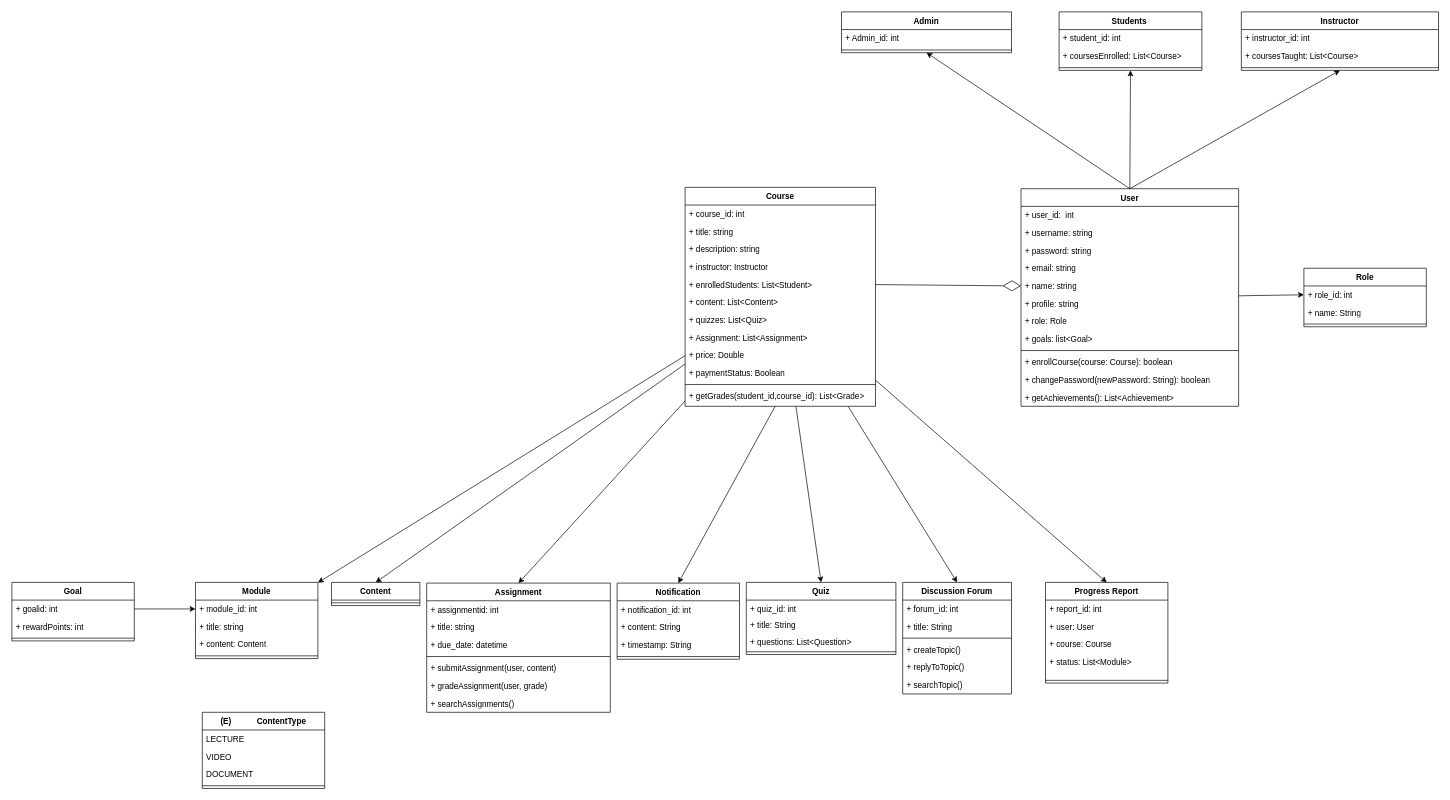
Before: Docs/Class.drawio in daksh64/Professional-Development-workshop, a draw.io diagram. Source tidied: cells renumbered, new cells numbered last; positions are measured from the earlier drawing's top-left corner, leaving out a move shared by most shapes. Both pictures are drawn from the tidied source at 68%, with x=0, y=0 at pixel (12, 12).
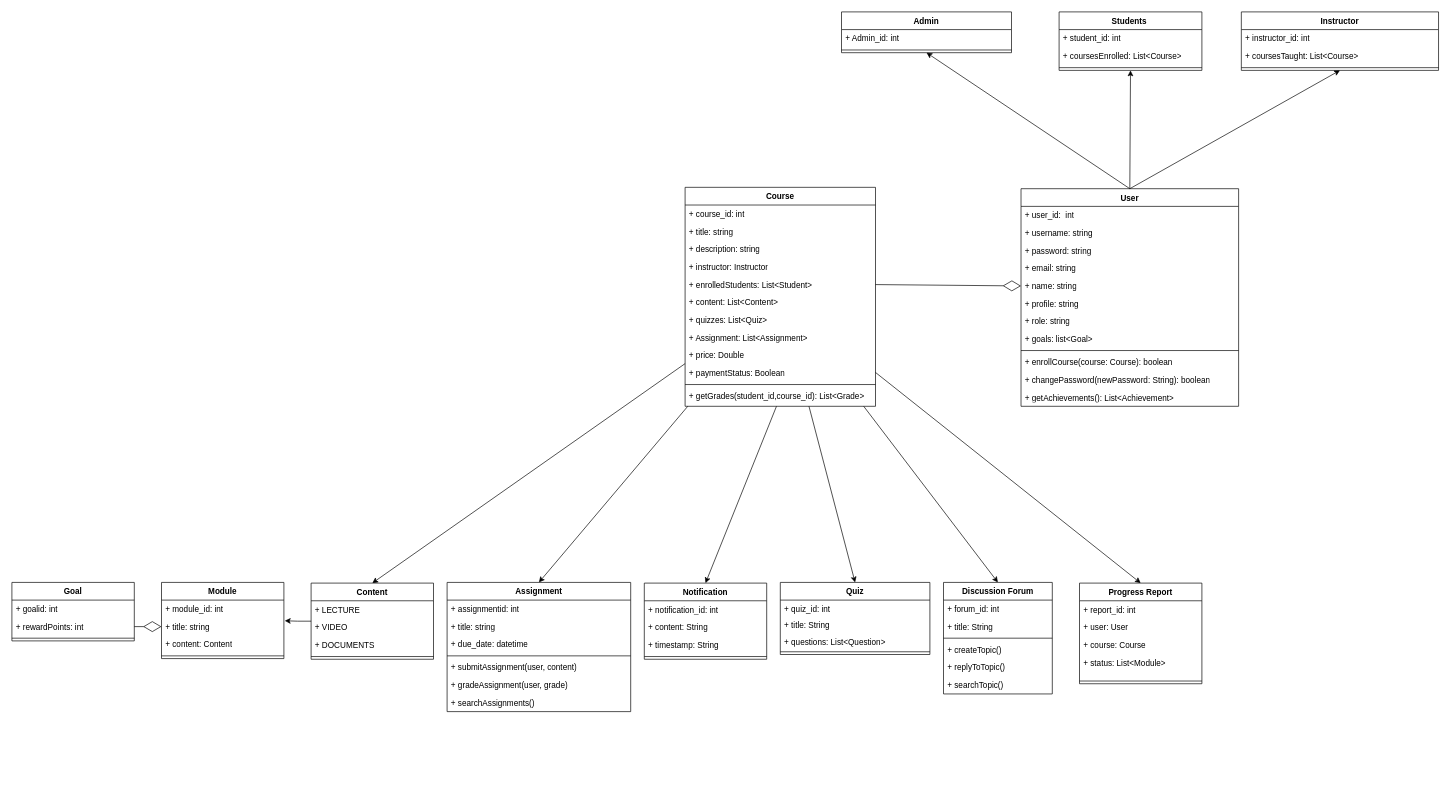
After the change.

Commit message:
UPDATED CLASS DIAG

The change refers to these unchanged cells:
```xml
<mxCell id="40" value="+ module_id: int" style="text;strokeColor=none;fillColor=none;align=left;verticalAlign=top;spacingLeft=4;spacingRight=4;overflow=hidden;points=[[0,0.5],[1,0.5]];portConstraint=eastwest;whiteSpace=wrap;html=1;" parent="39" vertex="1">
  <mxGeometry y="26" width="180" height="26" as="geometry" />
</mxCell>
<mxCell id="41" value="+ title: string" style="text;strokeColor=none;fillColor=none;align=left;verticalAlign=top;spacingLeft=4;spacingRight=4;overflow=hidden;points=[[0,0.5],[1,0.5]];portConstraint=eastwest;whiteSpace=wrap;html=1;" parent="39" vertex="1">
  <mxGeometry y="52" width="180" height="26" as="geometry" />
</mxCell>
<mxCell id="46" style="group;" parent="1" vertex="1">
  <mxGeometry x="1220" width="878" height="646" as="geometry" />
</mxCell>
<mxCell id="48" value="User" style="swimlane;fontStyle=1;align=center;verticalAlign=top;horizontal=1;startSize=26;whiteSpace=wrap;html=1;" parent="46" vertex="1">
  <mxGeometry x="264" y="260" width="320" height="320" as="geometry" />
</mxCell>
<mxCell id="85" value="Course" style="swimlane;fontStyle=1;align=center;verticalAlign=top;horizontal=1;startSize=26;whiteSpace=wrap;html=1;" parent="1" vertex="1">
  <mxGeometry x="990" y="258" width="280" height="322" as="geometry" />
</mxCell>
<mxCell id="101" value="Goal" style="swimlane;fontStyle=1;align=center;verticalAlign=top;horizontal=1;startSize=26;whiteSpace=wrap;html=1;" parent="1" vertex="1">
  <mxGeometry y="839" width="180" height="86" as="geometry" />
</mxCell>
<mxCell id="103" value="+ rewardPoints: int" style="text;strokeColor=none;fillColor=none;align=left;verticalAlign=top;spacingLeft=4;spacingRight=4;overflow=hidden;points=[[0,0.5],[1,0.5]];portConstraint=eastwest;whiteSpace=wrap;html=1;" parent="101" vertex="1">
  <mxGeometry y="52" width="180" height="26" as="geometry" />
</mxCell>
```

The edit, as a diff of the source:
```diff
@@
     <mxCell id="2" value="Assignment" style="swimlane;fontStyle=1;align=center;verticalAlign=top;horizontal=1;startSize=26;whiteSpace=wrap;html=1;" parent="1" vertex="1">
-      <mxGeometry x="610" y="840" width="270" height="190" as="geometry" />
+      <mxGeometry x="640" y="839" width="270" height="190" as="geometry" />
     </mxCell>
@@
-    <mxCell id="10" style="rounded=0;jettySize=auto;html=1;" parent="1" edge="1" source="85" target="39">
-      <mxGeometry relative="1" as="geometry" />
-    </mxCell>
-    <mxCell id="11" style="rounded=0;jettySize=auto;html=1;entryX=0.5;entryY=0;entryDx=0;entryDy=0;" parent="1" edge="1" source="85" target="44">
+    <mxCell id="11" style="rounded=0;jettySize=auto;html=1;entryX=0.5;entryY=0;entryDx=0;entryDy=0;" parent="1" edge="1" source="85" target="80">
       <mxGeometry relative="1" as="geometry" />
     </mxCell>
@@
     <mxCell id="16" value="Discussion Forum" style="swimlane;fontStyle=1;align=center;verticalAlign=top;horizontal=1;startSize=26;whiteSpace=wrap;html=1;" parent="1" vertex="1">
-      <mxGeometry x="1310" y="839" width="160" height="164" as="geometry" />
+      <mxGeometry x="1370" y="839" width="160" height="164" as="geometry" />
     </mxCell>
@@
     <mxCell id="23" value="Notification" style="swimlane;fontStyle=1;align=center;verticalAlign=top;horizontal=1;startSize=26;whiteSpace=wrap;html=1;" parent="1" vertex="1">
-      <mxGeometry x="890" y="840" width="180" height="112" as="geometry" />
+      <mxGeometry x="930" y="840" width="180" height="112" as="geometry" />
     </mxCell>
@@
     <mxCell id="28" value="Quiz" style="swimlane;fontStyle=1;align=center;verticalAlign=top;horizontal=1;startSize=26;whiteSpace=wrap;html=1;" parent="1" vertex="1">
-      <mxGeometry x="1080" y="839" width="220" height="106" as="geometry" />
+      <mxGeometry x="1130" y="839" width="220" height="106" as="geometry" />
     </mxCell>
@@
     <mxCell id="33" value="Progress Report" style="swimlane;fontStyle=1;align=center;verticalAlign=top;horizontal=1;startSize=26;whiteSpace=wrap;html=1;" parent="1" vertex="1">
-      <mxGeometry x="1520" y="839" width="180" height="148" as="geometry" />
+      <mxGeometry x="1570" y="840" width="180" height="148" as="geometry" />
     </mxCell>
@@
     <mxCell id="39" value="Module" style="swimlane;fontStyle=1;align=center;verticalAlign=top;horizontal=1;startSize=26;whiteSpace=wrap;html=1;" parent="1" vertex="1">
-      <mxGeometry x="270" y="839" width="180" height="112" as="geometry" />
+      <mxGeometry x="220" y="839" width="180" height="112" as="geometry" />
     </mxCell>
@@
-    <mxCell id="44" value="Content" style="swimlane;fontStyle=1;align=center;verticalAlign=top;horizontal=1;startSize=26;whiteSpace=wrap;html=1;" parent="1" vertex="1">
-      <mxGeometry x="470" y="839" width="130" height="34" as="geometry" />
-    </mxCell>
-    <mxCell id="45" style="line;strokeWidth=1;fillColor=none;align=left;verticalAlign=middle;spacingTop=-1;spacingLeft=3;spacingRight=3;labelPosition=right;strokeColor=inherit;" parent="44" vertex="1">
-      <mxGeometry y="26" width="130" height="8" as="geometry" />
-    </mxCell>
@@
-    <mxCell id="47" style="rounded=0;jettySize=auto;html=1;entryX=0;entryY=0.5;entryDx=0;entryDy=0;" parent="46" edge="1" source="48" target="77">
-      <mxGeometry relative="1" as="geometry" />
-    </mxCell>
@@
-    <mxCell id="55" value="+ role: Role" style="text;strokeColor=none;fillColor=none;align=left;verticalAlign=top;spacingLeft=4;spacingRight=4;overflow=hidden;whiteSpace=wrap;html=1;" parent="48" vertex="1">
+    <mxCell id="55" value="+ role: string" style="text;strokeColor=none;fillColor=none;align=left;verticalAlign=top;spacingLeft=4;spacingRight=4;overflow=hidden;whiteSpace=wrap;html=1;" parent="48" vertex="1">
       <mxGeometry y="182" width="320" height="26" as="geometry" />
     </mxCell>
@@
-    <mxCell id="76" value="Role" style="swimlane;fontStyle=1;align=center;verticalAlign=top;horizontal=1;startSize=26;whiteSpace=wrap;html=1;" parent="46" vertex="1">
-      <mxGeometry x="680" y="377" width="180" height="86" as="geometry" />
-    </mxCell>
-    <mxCell id="77" value="+ role_id: int" style="text;strokeColor=none;fillColor=none;align=left;verticalAlign=top;spacingLeft=4;spacingRight=4;overflow=hidden;points=[[0,0.5],[1,0.5]];portConstraint=eastwest;whiteSpace=wrap;html=1;" parent="76" vertex="1">
-      <mxGeometry y="26" width="180" height="26" as="geometry" />
-    </mxCell>
-    <mxCell id="78" value="+ name: String" style="text;strokeColor=none;fillColor=none;align=left;verticalAlign=top;spacingLeft=4;spacingRight=4;overflow=hidden;whiteSpace=wrap;html=1;" parent="76" vertex="1">
-      <mxGeometry y="52" width="180" height="26" as="geometry" />
-    </mxCell>
-    <mxCell id="79" style="line;strokeWidth=1;fillColor=none;align=left;verticalAlign=middle;spacingTop=-1;spacingLeft=3;spacingRight=3;labelPosition=right;strokeColor=inherit;" parent="76" vertex="1">
-      <mxGeometry y="78" width="180" height="8" as="geometry" />
-    </mxCell>
-    <mxCell id="80" value="(E)&amp;nbsp; &lt;span style=&quot;white-space: pre;&quot;&gt;&#9;&lt;/span&gt;&lt;span style=&quot;white-space: pre;&quot;&gt;&#9;&lt;/span&gt;ContentType" style="swimlane;fontStyle=1;align=center;verticalAlign=top;horizontal=1;startSize=26;whiteSpace=wrap;html=1;" parent="1" vertex="1">
-      <mxGeometry x="280" y="1030" width="180" height="112" as="geometry" />
+    <mxCell id="80" value="Content" style="swimlane;fontStyle=1;align=center;verticalAlign=top;horizontal=1;startSize=26;whiteSpace=wrap;html=1;" parent="1" vertex="1">
+      <mxGeometry x="440" y="840" width="180" height="112" as="geometry" />
     </mxCell>
-    <mxCell id="81" value="LECTURE" style="text;strokeColor=none;fillColor=none;align=left;verticalAlign=top;spacingLeft=4;spacingRight=4;overflow=hidden;whiteSpace=wrap;html=1;" parent="80" vertex="1">
+    <mxCell id="81" value="+ LECTURE" style="text;strokeColor=none;fillColor=none;align=left;verticalAlign=top;spacingLeft=4;spacingRight=4;overflow=hidden;whiteSpace=wrap;html=1;" parent="80" vertex="1">
       <mxGeometry y="26" width="180" height="26" as="geometry" />
     </mxCell>
-    <mxCell id="82" value="VIDEO" style="text;strokeColor=none;fillColor=none;align=left;verticalAlign=top;spacingLeft=4;spacingRight=4;overflow=hidden;whiteSpace=wrap;html=1;" parent="80" vertex="1">
+    <mxCell id="82" value="+ VIDEO" style="text;strokeColor=none;fillColor=none;align=left;verticalAlign=top;spacingLeft=4;spacingRight=4;overflow=hidden;whiteSpace=wrap;html=1;" parent="80" vertex="1">
       <mxGeometry y="52" width="180" height="26" as="geometry" />
     </mxCell>
-    <mxCell id="83" value="DOCUMENT" style="text;strokeColor=none;fillColor=none;align=left;verticalAlign=top;spacingLeft=4;spacingRight=4;overflow=hidden;whiteSpace=wrap;html=1;" parent="80" vertex="1">
+    <mxCell id="83" value="+ DOCUMENTS" style="text;strokeColor=none;fillColor=none;align=left;verticalAlign=top;spacingLeft=4;spacingRight=4;overflow=hidden;whiteSpace=wrap;html=1;" parent="80" vertex="1">
       <mxGeometry y="78" width="180" height="26" as="geometry" />
     </mxCell>
@@
-    <mxCell id="100" style="edgeStyle=orthogonalEdgeStyle;rounded=0;jettySize=auto;html=1;entryX=0;entryY=0.5;entryDx=0;entryDy=0;" parent="1" edge="1" source="101" target="40">
-      <mxGeometry relative="1" as="geometry">
-        <Array as="points">
-          <mxPoint x="220" y="878" />
-          <mxPoint x="220" y="878" />
-        </Array>
-      </mxGeometry>
-    </mxCell>
@@
+    <mxCell id="105" style="edgeStyle=orthogonalEdgeStyle;rounded=0;jettySize=auto;html=1;entryX=1.007;entryY=0.17;entryDx=0;entryDy=0;entryPerimeter=0;" parent="1" edge="1" source="80" target="41">
+      <mxGeometry relative="1" as="geometry" />
+    </mxCell>
+    <mxCell id="106" style="endArrow=diamondThin;endFill=0;endSize=24;html=1;rounded=0;entryX=0;entryY=0.5;entryDx=0;entryDy=0;exitX=1;exitY=0.5;exitDx=0;exitDy=0;" parent="1" edge="1" source="103" target="41">
+      <mxGeometry relative="1" as="geometry" />
+    </mxCell>
```
